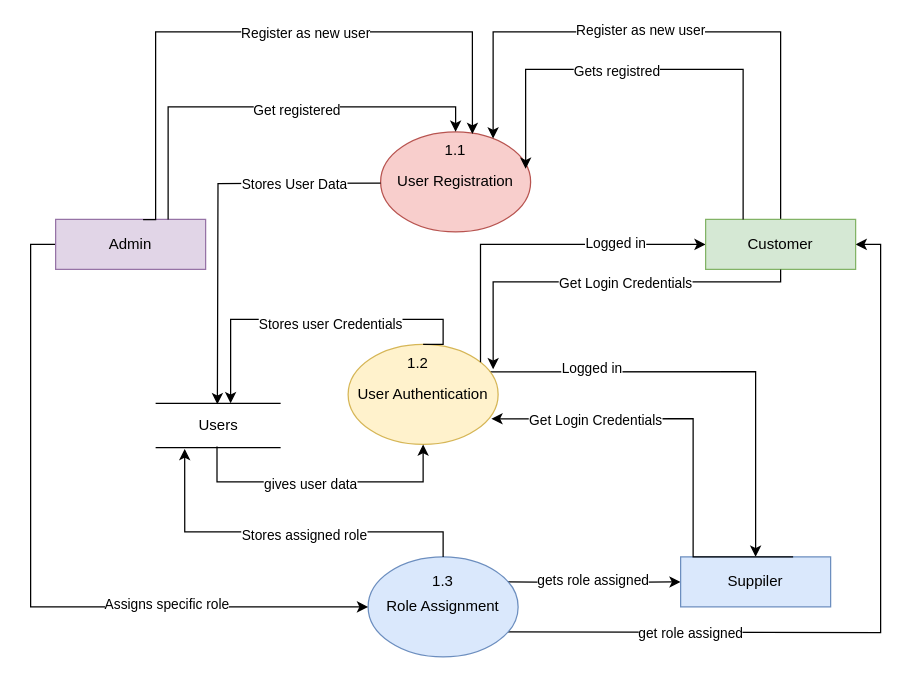
Before: Level 2.drawio in pawal-karki/DRAW.IO, a draw.io diagram. Source tidied: cells renumbered, new cells numbered last; positions are measured from the earlier drawing's top-left corner, leaving out a move shared by most shapes. Both pictures are drawn from the tidied source at 125%, with x=0, y=0 at pixel (30, 31).
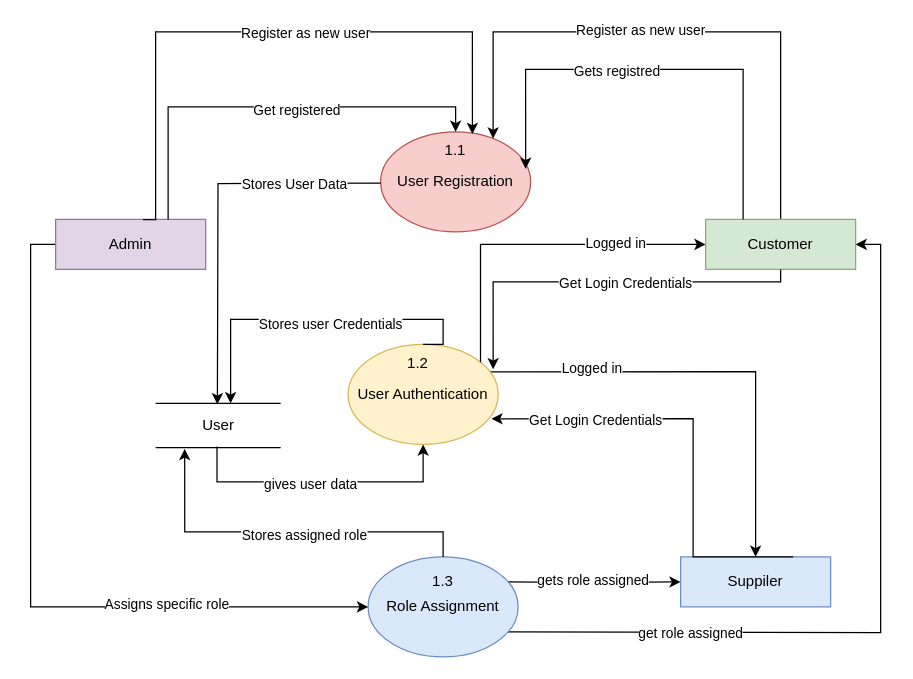
Above is the later version.

Change to the diagram source:
```diff
@@
-    <mxCell id="28" value="Users" style="text;html=1;align=center;verticalAlign=middle;points=[];strokeColor=none;fillColor=none;" parent="1" vertex="1">
+    <mxCell id="28" value="User" style="text;html=1;align=center;verticalAlign=middle;points=[];strokeColor=none;fillColor=none;" parent="1" vertex="1">
       <mxGeometry x="125" y="300" width="50" height="30" as="geometry" />
     </mxCell>
```
